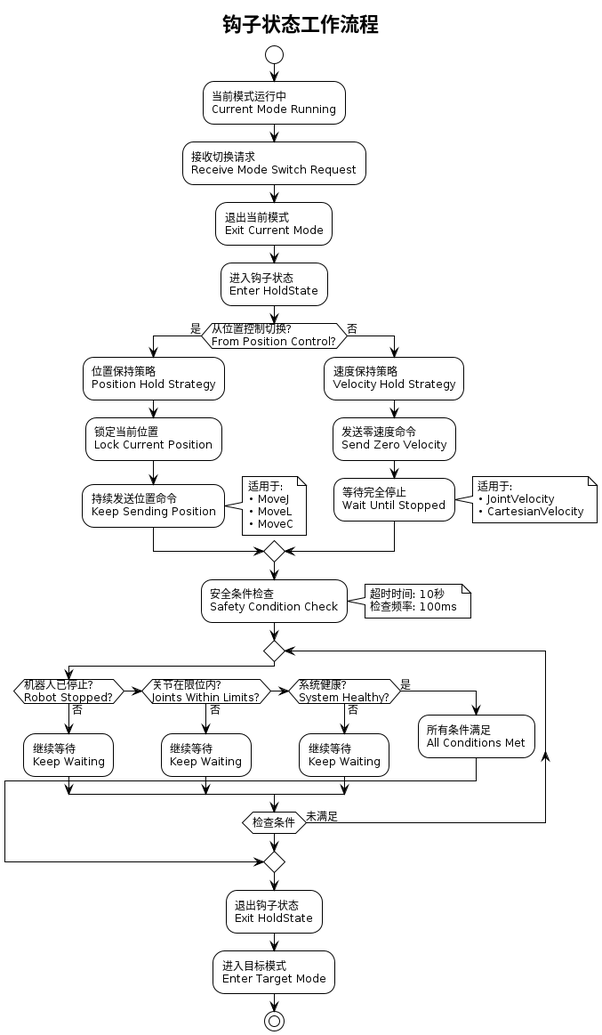
Earlier version of the PlantUML export src/arm_controller/docs/diagrams/HoldState_Workflow.png (Ding-Kaiyue/universal-arm-controller). Source of this version:
```plantuml
@startuml HoldState_Workflow
!theme plain
title 钩子状态工作流程

skinparam backgroundColor #FFFFFF
skinparam defaultFontSize 12

start

:当前模式运行中
Current Mode Running;

:接收切换请求
Receive Mode Switch Request;

:退出当前模式
Exit Current Mode;

:进入钩子状态
Enter HoldState;

if (从位置控制切换?\nFrom Position Control?) then (是)
  :位置保持策略
  Position Hold Strategy;

  :锁定当前位置
  Lock Current Position;

  :持续发送位置命令
  Keep Sending Position;

  note right
    适用于:
    • MoveJ
    • MoveL
    • MoveC
  end note
else (否)
  :速度保持策略
  Velocity Hold Strategy;

  :发送零速度命令
  Send Zero Velocity;

  :等待完全停止
  Wait Until Stopped;

  note right
    适用于:
    • JointVelocity
    • CartesianVelocity
  end note
endif

:安全条件检查
Safety Condition Check;

note right
  超时时间: 10秒
  检查频率: 100ms
end note

repeat
  if (机器人已停止?\nRobot Stopped?) then (否)
    :继续等待
    Keep Waiting;
  elseif (关节在限位内?\nJoints Within Limits?) then (否)
    :继续等待
    Keep Waiting;
  elseif (系统健康?\nSystem Healthy?) then (否)
    :继续等待
    Keep Waiting;
  else (是)
    :所有条件满足
    All Conditions Met;
    break
  endif
repeat while (检查条件) is (未满足)

:退出钩子状态
Exit HoldState;

:进入目标模式
Enter Target Mode;

stop

@enduml
```
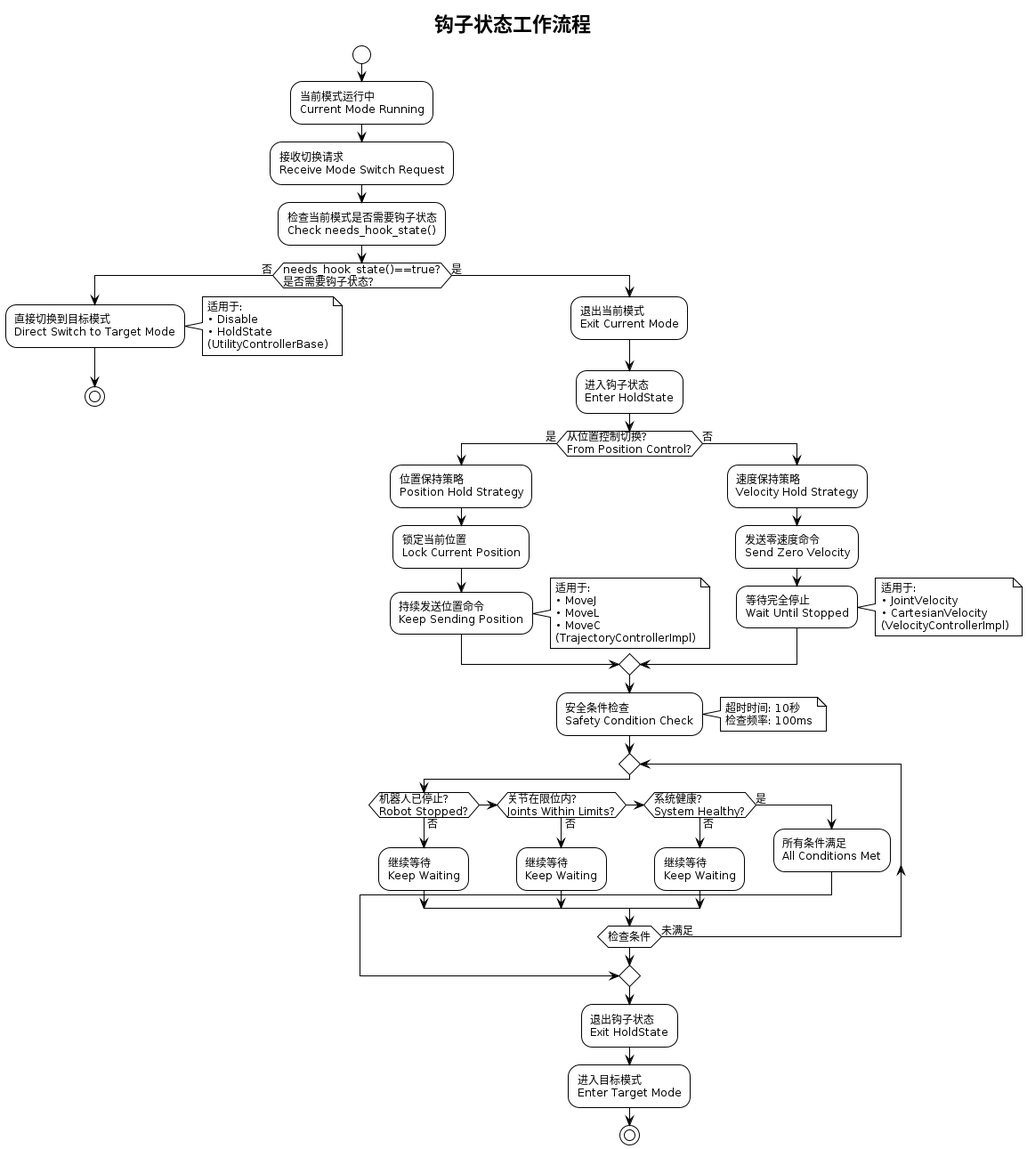
The same file after the commit.

What changed in the source:
```diff
@@ -13,76 +13,95 @@
 :接收切换请求
 Receive Mode Switch Request;
 
-:退出当前模式
-Exit Current Mode;
+:检查当前模式是否需要钩子状态
+Check needs_hook_state();
 
-:进入钩子状态
-Enter HoldState;
-
-if (从位置控制切换?\nFrom Position Control?) then (是)
-  :位置保持策略
-  Position Hold Strategy;
-
-  :锁定当前位置
-  Lock Current Position;
-
-  :持续发送位置命令
-  Keep Sending Position;
+if (needs_hook_state()==true?\n是否需要钩子状态?) then (否)
+  :直接切换到目标模式
+  Direct Switch to Target Mode;
 
   note right
     适用于:
-    • MoveJ
-    • MoveL
-    • MoveC
+    • Disable
+    • HoldState
+    (UtilityControllerBase)
   end note
-else (否)
-  :速度保持策略
-  Velocity Hold Strategy;
 
-  :发送零速度命令
-  Send Zero Velocity;
+  stop
+else (是)
+  :退出当前模式
+  Exit Current Mode;
 
-  :等待完全停止
-  Wait Until Stopped;
+  :进入钩子状态
+  Enter HoldState;
+
+  if (从位置控制切换?\nFrom Position Control?) then (是)
+    :位置保持策略
+    Position Hold Strategy;
+
+    :锁定当前位置
+    Lock Current Position;
+
+    :持续发送位置命令
+    Keep Sending Position;
+
+    note right
+      适用于:
+      • MoveJ
+      • MoveL
+      • MoveC
+      (TrajectoryControllerImpl)
+    end note
+  else (否)
+    :速度保持策略
+    Velocity Hold Strategy;
+
+    :发送零速度命令
+    Send Zero Velocity;
+
+    :等待完全停止
+    Wait Until Stopped;
+
+    note right
+      适用于:
+      • JointVelocity
+      • CartesianVelocity
+      (VelocityControllerImpl)
+    end note
+  endif
+
+  :安全条件检查
+  Safety Condition Check;
 
   note right
-    适用于:
-    • JointVelocity
-    • CartesianVelocity
+    超时时间: 10秒
+    检查频率: 100ms
   end note
+
+  repeat
+    if (机器人已停止?\nRobot Stopped?) then (否)
+      :继续等待
+      Keep Waiting;
+    elseif (关节在限位内?\nJoints Within Limits?) then (否)
+      :继续等待
+      Keep Waiting;
+    elseif (系统健康?\nSystem Healthy?) then (否)
+      :继续等待
+      Keep Waiting;
+    else (是)
+      :所有条件满足
+      All Conditions Met;
+      break
+    endif
+  repeat while (检查条件) is (未满足)
+
+  :退出钩子状态
+  Exit HoldState;
+
+  :进入目标模式
+  Enter Target Mode;
+
+  stop
 endif
 
-:安全条件检查
-Safety Condition Check;
-
-note right
-  超时时间: 10秒
-  检查频率: 100ms
-end note
-
-repeat
-  if (机器人已停止?\nRobot Stopped?) then (否)
-    :继续等待
-    Keep Waiting;
-  elseif (关节在限位内?\nJoints Within Limits?) then (否)
-    :继续等待
-    Keep Waiting;
-  elseif (系统健康?\nSystem Healthy?) then (否)
-    :继续等待
-    Keep Waiting;
-  else (是)
-    :所有条件满足
-    All Conditions Met;
-    break
-  endif
-repeat while (检查条件) is (未满足)
-
-:退出钩子状态
-Exit HoldState;
-
-:进入目标模式
-Enter Target Mode;
-
-stop
-
 @enduml
```
